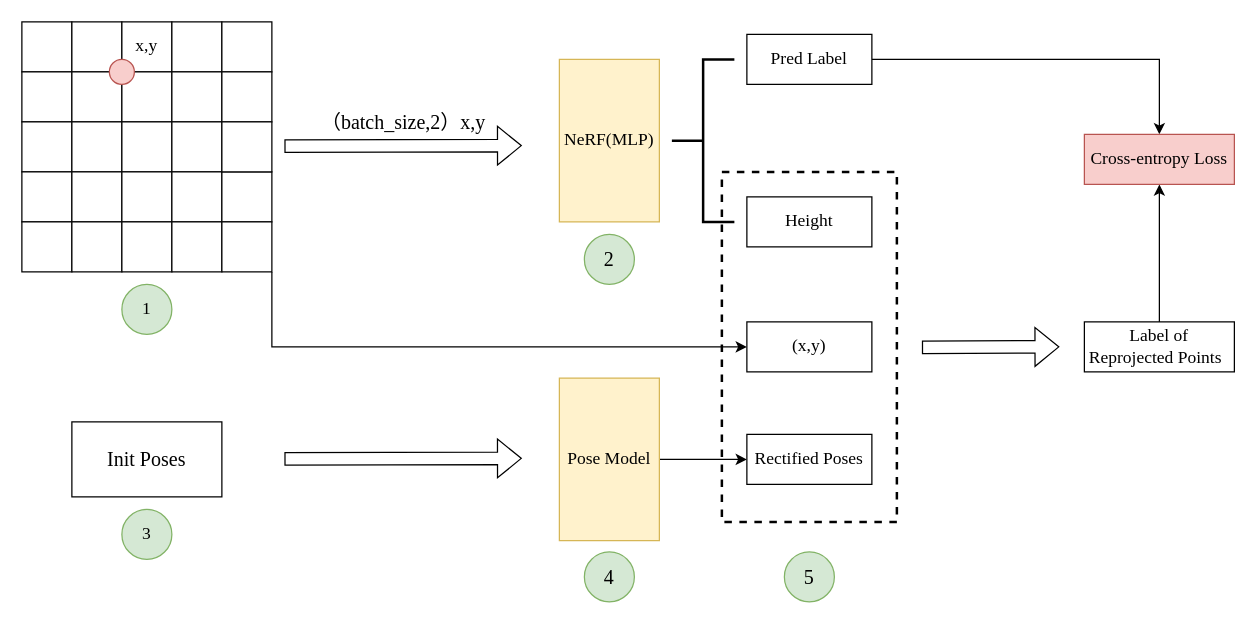
This is 2d_NeRF.drawio from DRosemei/draw.io, a draw.io file, before an edit. Source tidied: cells renumbered, new cells numbered last; positions are measured from the earlier drawing's top-left corner, leaving out a move shared by most shapes. Both pictures are drawn from the tidied source at 125%, with x=0, y=0 at pixel (21, 21).
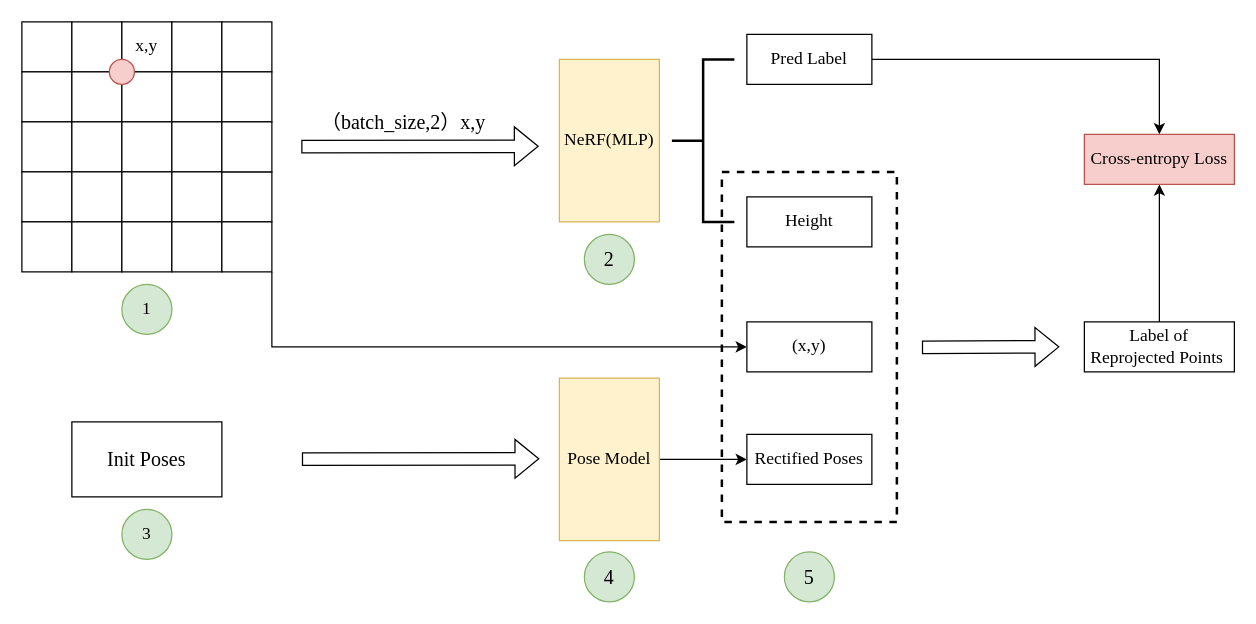
The same diagram, later.

What changed in the source:
```diff
@@
     <mxCell id="29" style="shape=flexArrow;endArrow=classic;html=1;rounded=0;fontFamily=Times New Roman;fontSize=14;" parent="1" edge="1">
       <mxGeometry relative="1" as="geometry">
-        <mxPoint x="210" y="99.3" as="sourcePoint" />
-        <mxPoint x="400" y="99" as="targetPoint" />
+        <mxPoint x="223.5" y="99.8" as="sourcePoint" />
+        <mxPoint x="413.5" y="99.5" as="targetPoint" />
       </mxGeometry>
     </mxCell>
@@
     <mxCell id="40" style="shape=flexArrow;endArrow=classic;html=1;rounded=0;fontFamily=Times New Roman;fontSize=14;" parent="1" edge="1">
       <mxGeometry relative="1" as="geometry">
-        <mxPoint x="210" y="349.5" as="sourcePoint" />
-        <mxPoint x="400" y="349.2" as="targetPoint" />
+        <mxPoint x="224" y="349.8" as="sourcePoint" />
+        <mxPoint x="414" y="349.5" as="targetPoint" />
       </mxGeometry>
     </mxCell>
@@
-    <mxCell id="47" value="Label of Reprojected Points&lt;span style=&quot;white-space: pre&quot;&gt;&#9;&lt;/span&gt;" style="rounded=0;whiteSpace=wrap;html=1;fontFamily=Times New Roman;fontSize=14;" parent="1" vertex="1">
+    <mxCell id="47" value="Label of Reprojected Points&lt;span style=&quot;white-space: pre&quot;&gt; &lt;/span&gt;" style="rounded=0;whiteSpace=wrap;html=1;fontFamily=Times New Roman;fontSize=14;" parent="1" vertex="1">
       <mxGeometry x="850" y="240" width="120" height="40" as="geometry" />
     </mxCell>
```
